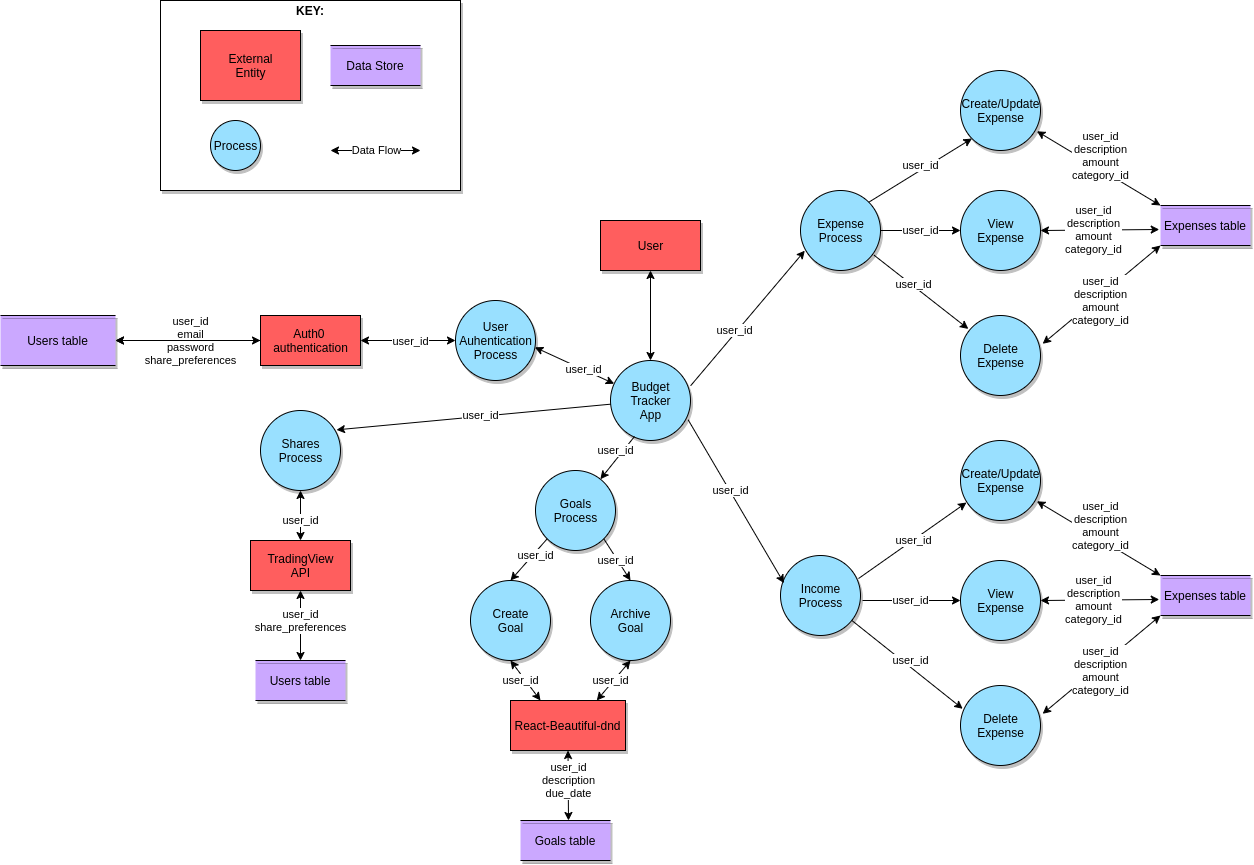
Before: docs/Data Flow Diagram.png, a diagram exported from draw.io (derricklai33/T3A2-Budget-Tracker). Source tidied: cells renumbered, new cells last; positions are measured from the earlier drawing's top-left corner, leaving out a move shared by most shapes.
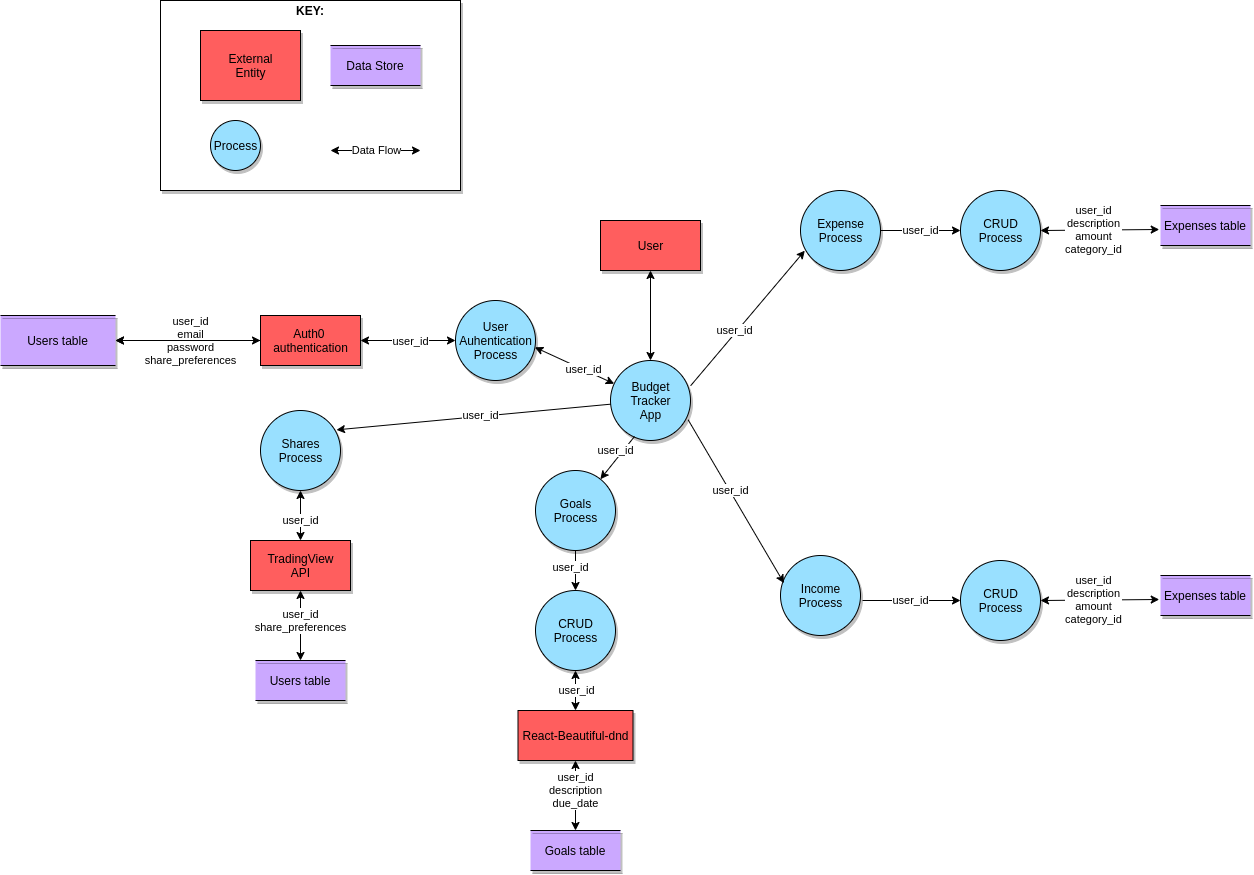
The same diagram one commit later.

Commit message:
Updated as per Harrisons presentation

The edit, as a diff of the source:
```diff
@@ -127,23 +127,9 @@
     <mxCell id="37" value="Expenses table" style="shape=partialRectangle;whiteSpace=wrap;html=1;left=0;right=0;fillColor=#CBA8FF;shadow=1;" parent="1" vertex="1">
       <mxGeometry x="1160" y="205" width="90" height="40" as="geometry" />
     </mxCell>
-    <mxCell id="38" value="Create/Update&lt;br&gt;Expense" style="shape=ellipse;html=1;dashed=0;whitespace=wrap;perimeter=ellipsePerimeter;fillColor=#99E0FF;shadow=1;" parent="1" vertex="1">
-      <mxGeometry x="960" y="70" width="80" height="80" as="geometry" />
-    </mxCell>
-    <mxCell id="39" value="View&lt;br&gt;Expense" style="shape=ellipse;html=1;dashed=0;whitespace=wrap;perimeter=ellipsePerimeter;fillColor=#99E0FF;shadow=1;" parent="1" vertex="1">
+    <mxCell id="39" value="CRUD&lt;br&gt;Process" style="shape=ellipse;html=1;dashed=0;whitespace=wrap;perimeter=ellipsePerimeter;fillColor=#99E0FF;shadow=1;" parent="1" vertex="1">
       <mxGeometry x="960" y="190" width="80" height="80" as="geometry" />
     </mxCell>
-    <mxCell id="40" value="Delete&lt;br&gt;Expense" style="shape=ellipse;html=1;dashed=0;whitespace=wrap;perimeter=ellipsePerimeter;fillColor=#99E0FF;shadow=1;" parent="1" vertex="1">
-      <mxGeometry x="960" y="315" width="80" height="80" as="geometry" />
-    </mxCell>
-    <mxCell id="41" style="endArrow=classic;html=1;exitX=1;exitY=0;exitDx=0;exitDy=0;entryX=0;entryY=1;entryDx=0;entryDy=0;" parent="1" edge="1" source="14" target="38">
-      <mxGeometry relative="1" as="geometry" />
-    </mxCell>
-    <mxCell id="42" value="user_id" style="edgeLabel;html=1;align=center;verticalAlign=middle;" parent="41" vertex="1">
-      <mxGeometry x="0.4" y="1" relative="1" as="geometry">
-        <mxPoint x="-19.9" y="8.3" as="offset" />
-      </mxGeometry>
-    </mxCell>
     <mxCell id="43" style="endArrow=classic;html=1;exitX=1;exitY=0.5;exitDx=0;exitDy=0;entryX=0;entryY=0.5;entryDx=0;entryDy=0;" parent="1" edge="1" source="14" target="39">
       <mxGeometry relative="1" as="geometry" />
     </mxCell>
@@ -152,76 +138,24 @@
         <mxPoint x="6.3" y="-2" as="offset" />
       </mxGeometry>
     </mxCell>
-    <mxCell id="45" style="endArrow=classic;html=1;exitX=0.92;exitY=0.809;exitDx=0;exitDy=0;exitPerimeter=0;entryX=0.098;entryY=0.168;entryDx=0;entryDy=0;entryPerimeter=0;" parent="1" edge="1" source="14" target="40">
-      <mxGeometry relative="1" as="geometry" />
-    </mxCell>
-    <mxCell id="46" value="user_id" style="edgeLabel;html=1;align=center;verticalAlign=middle;" parent="45" vertex="1">
-      <mxGeometry x="-0.18" y="1" relative="1" as="geometry" />
-    </mxCell>
-    <mxCell id="47" style="endArrow=classic;startArrow=classic;html=1;exitX=0.955;exitY=0.759;exitDx=0;exitDy=0;exitPerimeter=0;entryX=0;entryY=0;entryDx=0;entryDy=0;" parent="1" edge="1" source="38" target="37">
-      <mxGeometry relative="1" as="geometry" />
-    </mxCell>
-    <mxCell id="48" value="user_id&lt;br&gt;description&lt;br&gt;amount&lt;br&gt;category_id" style="edgeLabel;html=1;align=center;verticalAlign=middle;" parent="47" vertex="1">
-      <mxGeometry x="-0.44" y="2" relative="1" as="geometry">
-        <mxPoint x="28.3" y="5.4" as="offset" />
-      </mxGeometry>
-    </mxCell>
     <mxCell id="49" style="endArrow=classic;startArrow=classic;html=1;exitX=1;exitY=0.5;exitDx=0;exitDy=0;entryX=-0.014;entryY=0.6;entryDx=0;entryDy=0;entryPerimeter=0;" parent="1" edge="1" source="39" target="37">
       <mxGeometry relative="1" as="geometry" />
     </mxCell>
     <mxCell id="50" value="user_id&lt;br&gt;description&lt;br&gt;amount&lt;br&gt;category_id" style="edgeLabel;html=1;align=center;verticalAlign=middle;" parent="49" vertex="1">
       <mxGeometry x="-0.12" y="1" relative="1" as="geometry" />
     </mxCell>
-    <mxCell id="51" style="endArrow=classic;startArrow=classic;html=1;exitX=1.027;exitY=0.354;exitDx=0;exitDy=0;exitPerimeter=0;entryX=0;entryY=1;entryDx=0;entryDy=0;" parent="1" edge="1" source="40" target="37">
-      <mxGeometry relative="1" as="geometry" />
-    </mxCell>
-    <mxCell id="52" value="user_id&lt;br&gt;description&lt;br&gt;amount&lt;br&gt;category_id" style="edgeLabel;html=1;align=center;verticalAlign=middle;" parent="51" vertex="1">
-      <mxGeometry x="-0.36" y="-1" relative="1" as="geometry">
-        <mxPoint x="19.5" y="-12.6" as="offset" />
-      </mxGeometry>
-    </mxCell>
     <mxCell id="53" value="Expenses table" style="shape=partialRectangle;whiteSpace=wrap;html=1;left=0;right=0;fillColor=#CBA8FF;shadow=1;" parent="1" vertex="1">
       <mxGeometry x="1160" y="575" width="90" height="40" as="geometry" />
     </mxCell>
-    <mxCell id="54" value="Create/Update&lt;br&gt;Expense" style="shape=ellipse;html=1;dashed=0;whitespace=wrap;perimeter=ellipsePerimeter;fillColor=#99E0FF;shadow=1;" parent="1" vertex="1">
-      <mxGeometry x="960" y="440" width="80" height="80" as="geometry" />
-    </mxCell>
-    <mxCell id="55" value="View&lt;br&gt;Expense" style="shape=ellipse;html=1;dashed=0;whitespace=wrap;perimeter=ellipsePerimeter;fillColor=#99E0FF;shadow=1;" parent="1" vertex="1">
+    <mxCell id="55" value="CRUD&lt;br&gt;Process" style="shape=ellipse;html=1;dashed=0;whitespace=wrap;perimeter=ellipsePerimeter;fillColor=#99E0FF;shadow=1;" parent="1" vertex="1">
       <mxGeometry x="960" y="560" width="80" height="80" as="geometry" />
     </mxCell>
-    <mxCell id="56" value="Delete&lt;br&gt;Expense" style="shape=ellipse;html=1;dashed=0;whitespace=wrap;perimeter=ellipsePerimeter;fillColor=#99E0FF;shadow=1;" parent="1" vertex="1">
-      <mxGeometry x="960" y="685" width="80" height="80" as="geometry" />
-    </mxCell>
-    <mxCell id="57" style="endArrow=classic;startArrow=classic;html=1;exitX=0.955;exitY=0.759;exitDx=0;exitDy=0;exitPerimeter=0;entryX=0;entryY=0;entryDx=0;entryDy=0;" parent="1" edge="1" source="54" target="53">
-      <mxGeometry relative="1" as="geometry" />
-    </mxCell>
-    <mxCell id="58" value="user_id&lt;br&gt;description&lt;br&gt;amount&lt;br&gt;category_id" style="edgeLabel;html=1;align=center;verticalAlign=middle;" parent="57" vertex="1">
-      <mxGeometry x="-0.44" y="2" relative="1" as="geometry">
-        <mxPoint x="28.3" y="5.4" as="offset" />
-      </mxGeometry>
-    </mxCell>
     <mxCell id="59" style="endArrow=classic;startArrow=classic;html=1;exitX=1;exitY=0.5;exitDx=0;exitDy=0;entryX=-0.014;entryY=0.6;entryDx=0;entryDy=0;entryPerimeter=0;" parent="1" edge="1" source="55" target="53">
       <mxGeometry relative="1" as="geometry" />
     </mxCell>
     <mxCell id="60" value="user_id&lt;br&gt;description&lt;br&gt;amount&lt;br&gt;category_id" style="edgeLabel;html=1;align=center;verticalAlign=middle;" parent="59" vertex="1">
       <mxGeometry x="-0.12" y="1" relative="1" as="geometry" />
     </mxCell>
-    <mxCell id="61" style="endArrow=classic;startArrow=classic;html=1;exitX=1.027;exitY=0.354;exitDx=0;exitDy=0;exitPerimeter=0;entryX=0;entryY=1;entryDx=0;entryDy=0;" parent="1" edge="1" source="56" target="53">
-      <mxGeometry relative="1" as="geometry" />
-    </mxCell>
-    <mxCell id="62" value="user_id&lt;br&gt;description&lt;br&gt;amount&lt;br&gt;category_id" style="edgeLabel;html=1;align=center;verticalAlign=middle;" parent="61" vertex="1">
-      <mxGeometry x="-0.36" y="-1" relative="1" as="geometry">
-        <mxPoint x="19.5" y="-12.6" as="offset" />
-      </mxGeometry>
-    </mxCell>
-    <mxCell id="63" style="endArrow=classic;html=1;entryX=0.075;entryY=0.775;entryDx=0;entryDy=0;entryPerimeter=0;exitX=0.975;exitY=0.288;exitDx=0;exitDy=0;exitPerimeter=0;" parent="1" edge="1" source="15" target="54">
-      <mxGeometry relative="1" as="geometry" />
-    </mxCell>
-    <mxCell id="64" value="user_id" style="edgeLabel;html=1;align=center;verticalAlign=middle;" parent="63" vertex="1">
-      <mxGeometry x="0.23" y="-1" relative="1" as="geometry">
-        <mxPoint x="-12" y="7.8" as="offset" />
-      </mxGeometry>
-    </mxCell>
     <mxCell id="65" style="endArrow=classic;html=1;entryX=0;entryY=0.5;entryDx=0;entryDy=0;" parent="1" edge="1" target="55">
       <mxGeometry relative="1" as="geometry">
         <mxPoint x="862" y="600" as="sourcePoint" />
@@ -232,48 +166,27 @@
         <mxPoint x="14.1" as="offset" />
       </mxGeometry>
     </mxCell>
-    <mxCell id="67" style="endArrow=classic;html=1;entryX=0.027;entryY=0.291;entryDx=0;entryDy=0;entryPerimeter=0;" parent="1" edge="1" source="15" target="56">
-      <mxGeometry relative="1" as="geometry" />
-    </mxCell>
-    <mxCell id="68" value="user_id" style="edgeLabel;html=1;align=center;verticalAlign=middle;" parent="67" vertex="1">
-      <mxGeometry x="0.11" relative="1" as="geometry">
-        <mxPoint x="-2.7" y="-8.9" as="offset" />
-      </mxGeometry>
-    </mxCell>
     <mxCell id="69" value="Goals&lt;br&gt;Process" style="shape=ellipse;html=1;dashed=0;whitespace=wrap;perimeter=ellipsePerimeter;fillColor=#99E0FF;shadow=1;" parent="1" vertex="1">
       <mxGeometry x="535" y="470" width="80" height="80" as="geometry" />
     </mxCell>
-    <mxCell id="70" value="Create&lt;br&gt;Goal" style="shape=ellipse;html=1;dashed=0;whitespace=wrap;perimeter=ellipsePerimeter;fillColor=#99E0FF;shadow=1;" parent="1" vertex="1">
-      <mxGeometry x="470" y="580" width="80" height="80" as="geometry" />
+    <mxCell id="70" value="CRUD&lt;br&gt;Process" style="shape=ellipse;html=1;dashed=0;whitespace=wrap;perimeter=ellipsePerimeter;fillColor=#99E0FF;shadow=1;" parent="1" vertex="1">
+      <mxGeometry x="535" y="590" width="80" height="80" as="geometry" />
     </mxCell>
-    <mxCell id="71" value="Archive&lt;br&gt;Goal" style="shape=ellipse;html=1;dashed=0;whitespace=wrap;perimeter=ellipsePerimeter;fillColor=#99E0FF;shadow=1;" parent="1" vertex="1">
-      <mxGeometry x="590" y="580" width="80" height="80" as="geometry" />
-    </mxCell>
     <mxCell id="72" value="React-Beautiful-dnd" style="html=1;dashed=0;whitespace=wrap;shadow=1;fillColor=#FF5E5E;" parent="1" vertex="1">
-      <mxGeometry x="510" y="700" width="115" height="50" as="geometry" />
+      <mxGeometry x="517.5" y="710" width="115" height="50" as="geometry" />
     </mxCell>
     <mxCell id="73" value="Goals&amp;nbsp;table" style="shape=partialRectangle;whiteSpace=wrap;html=1;left=0;right=0;fillColor=#CBA8FF;shadow=1;" parent="1" vertex="1">
-      <mxGeometry x="520" y="820" width="90" height="40" as="geometry" />
+      <mxGeometry x="530" y="830" width="90" height="40" as="geometry" />
     </mxCell>
-    <mxCell id="74" style="endArrow=classic;startArrow=classic;html=1;entryX=0.5;entryY=1;entryDx=0;entryDy=0;" parent="1" edge="1" target="70">
-      <mxGeometry relative="1" as="geometry">
-        <mxPoint x="540" y="700" as="sourcePoint" />
-      </mxGeometry>
+    <mxCell id="74" style="endArrow=classic;startArrow=classic;html=1;entryX=0.5;entryY=1;entryDx=0;entryDy=0;exitX=0.5;exitY=0;exitDx=0;exitDy=0;" parent="1" edge="1" source="72" target="70">
+      <mxGeometry relative="1" as="geometry" />
     </mxCell>
     <mxCell id="75" value="user_id" style="edgeLabel;html=1;align=center;verticalAlign=middle;" parent="74" vertex="1">
       <mxGeometry x="0.37" relative="1" as="geometry">
         <mxPoint x="0.7" y="7.6" as="offset" />
       </mxGeometry>
     </mxCell>
-    <mxCell id="76" style="endArrow=classic;startArrow=classic;html=1;entryX=0.5;entryY=1;entryDx=0;entryDy=0;exitX=0.75;exitY=0;exitDx=0;exitDy=0;" parent="1" edge="1" source="72" target="71">
-      <mxGeometry relative="1" as="geometry" />
-    </mxCell>
-    <mxCell id="77" value="user_id" style="edgeLabel;html=1;align=center;verticalAlign=middle;" parent="76" vertex="1">
-      <mxGeometry x="-0.36" relative="1" as="geometry">
-        <mxPoint x="3.1" y="-7.3" as="offset" />
-      </mxGeometry>
-    </mxCell>
-    <mxCell id="78" style="endArrow=classic;html=1;exitX=0;exitY=1;exitDx=0;exitDy=0;entryX=0.5;entryY=0;entryDx=0;entryDy=0;" parent="1" edge="1" source="69" target="70">
+    <mxCell id="78" style="endArrow=classic;html=1;exitX=0.5;exitY=1;exitDx=0;exitDy=0;entryX=0.5;entryY=0;entryDx=0;entryDy=0;" parent="1" edge="1" source="69" target="70">
       <mxGeometry relative="1" as="geometry" />
     </mxCell>
     <mxCell id="79" value="user_id" style="edgeLabel;html=1;align=center;verticalAlign=middle;" parent="78" vertex="1">
@@ -281,18 +194,8 @@
         <mxPoint x="-5.8" y="10" as="offset" />
       </mxGeometry>
     </mxCell>
-    <mxCell id="80" style="endArrow=classic;html=1;exitX=1;exitY=1;exitDx=0;exitDy=0;entryX=0.5;entryY=0;entryDx=0;entryDy=0;" parent="1" edge="1" source="69" target="71">
-      <mxGeometry relative="1" as="geometry" />
-    </mxCell>
-    <mxCell id="81" value="user_id" style="edgeLabel;html=1;align=center;verticalAlign=middle;" parent="80" vertex="1">
-      <mxGeometry x="-0.55" y="2" relative="1" as="geometry">
-        <mxPoint x="4.1" y="13.5" as="offset" />
-      </mxGeometry>
-    </mxCell>
-    <mxCell id="82" style="endArrow=classic;startArrow=classic;html=1;entryX=0.5;entryY=1;entryDx=0;entryDy=0;" parent="1" edge="1" target="72">
-      <mxGeometry relative="1" as="geometry">
-        <mxPoint x="568" y="820" as="sourcePoint" />
-      </mxGeometry>
+    <mxCell id="82" style="endArrow=classic;startArrow=classic;html=1;entryX=0.5;entryY=1;entryDx=0;entryDy=0;exitX=0.5;exitY=0;exitDx=0;exitDy=0;" parent="1" edge="1" source="73" target="72">
+      <mxGeometry relative="1" as="geometry" />
     </mxCell>
     <mxCell id="83" value="user_id&lt;br&gt;description&lt;br&gt;due_date" style="edgeLabel;html=1;align=center;verticalAlign=middle;" parent="82" vertex="1">
       <mxGeometry x="0.25" relative="1" as="geometry">
```
